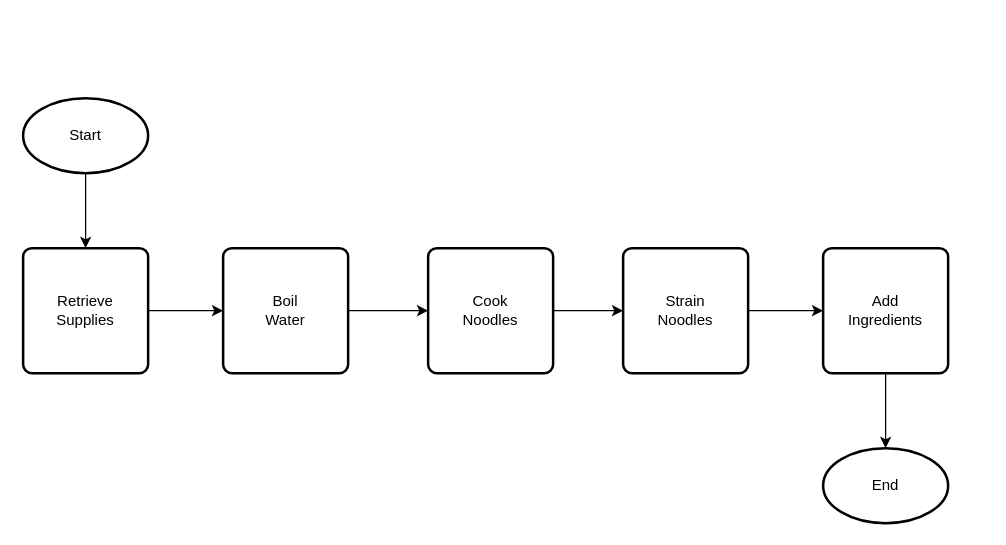
Before: The_First_Example.drawio in Iurii2410/Draw.io_Files, a draw.io diagram. Source tidied: cells renumbered, new cells numbered last; positions are measured from the earlier drawing's top-left corner, leaving out a move shared by most shapes. Both pictures are drawn from the tidied source at 125%, with x=0, y=0 at pixel (22, 98).
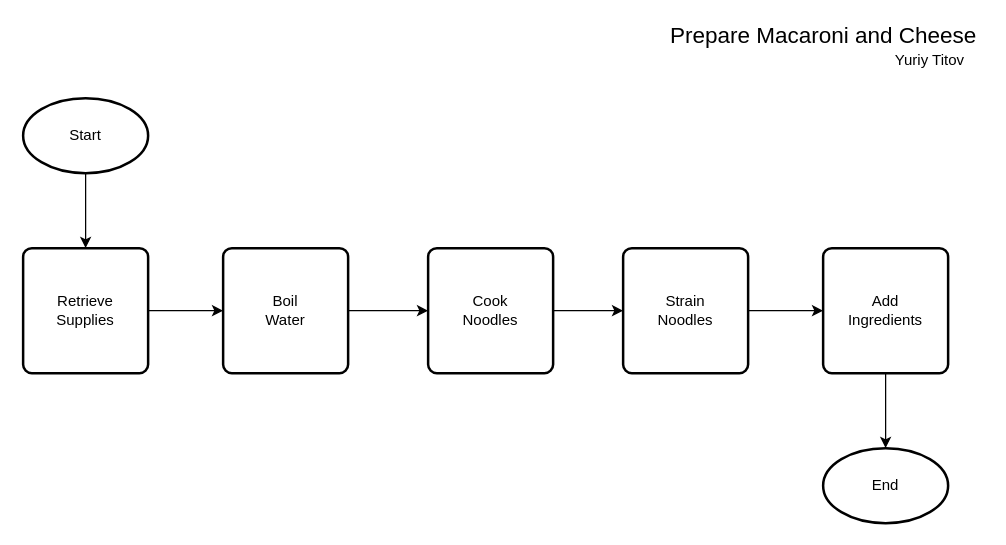
Above is the later version.

The edit, as a diff of the source:
```diff
@@
 <mxGraphModel>
   <root>
     <mxCell id="0" />
     <mxCell id="1" parent="0" />
     <mxCell id="2" style="edgeStyle=orthogonalEdgeStyle;rounded=0;jettySize=auto;html=1;" parent="1" edge="1" source="3" target="5">
       <mxGeometry relative="1" as="geometry" />
     </mxCell>
     <mxCell id="3" value="Start" style="strokeWidth=2;html=1;shape=mxgraph.flowchart.start_1;whiteSpace=wrap;" parent="1" vertex="1">
       <mxGeometry width="100" height="60" as="geometry" />
     </mxCell>
     <mxCell id="4" style="edgeStyle=orthogonalEdgeStyle;rounded=0;jettySize=auto;html=1;" parent="1" edge="1" source="5" target="11">
       <mxGeometry relative="1" as="geometry" />
     </mxCell>
     <mxCell id="5" value="Retrieve &lt;br&gt;Supplies" style="rounded=1;whiteSpace=wrap;html=1;absoluteArcSize=1;arcSize=14;strokeWidth=2;" parent="1" vertex="1">
       <mxGeometry y="120" width="100" height="100" as="geometry" />
     </mxCell>
     <mxCell id="6" style="edgeStyle=orthogonalEdgeStyle;rounded=0;jettySize=auto;html=1;" parent="1" edge="1" source="7" target="13">
       <mxGeometry relative="1" as="geometry" />
     </mxCell>
     <mxCell id="7" value="Strain&lt;br&gt;Noodles" style="rounded=1;whiteSpace=wrap;html=1;absoluteArcSize=1;arcSize=14;strokeWidth=2;" parent="1" vertex="1">
       <mxGeometry x="480" y="120" width="100" height="100" as="geometry" />
     </mxCell>
     <mxCell id="8" style="edgeStyle=orthogonalEdgeStyle;rounded=0;jettySize=auto;html=1;" parent="1" edge="1" source="9" target="7">
       <mxGeometry relative="1" as="geometry" />
     </mxCell>
     <mxCell id="9" value="Cook&lt;br&gt;Noodles" style="rounded=1;whiteSpace=wrap;html=1;absoluteArcSize=1;arcSize=14;strokeWidth=2;" parent="1" vertex="1">
       <mxGeometry x="324" y="120" width="100" height="100" as="geometry" />
     </mxCell>
     <mxCell id="10" style="edgeStyle=orthogonalEdgeStyle;rounded=0;jettySize=auto;html=1;" parent="1" edge="1" source="11" target="9">
       <mxGeometry relative="1" as="geometry" />
     </mxCell>
     <mxCell id="11" value="Boil&lt;br&gt;Water" style="rounded=1;whiteSpace=wrap;html=1;absoluteArcSize=1;arcSize=14;strokeWidth=2;" parent="1" vertex="1">
       <mxGeometry x="160" y="120" width="100" height="100" as="geometry" />
     </mxCell>
     <mxCell id="12" style="edgeStyle=orthogonalEdgeStyle;rounded=0;jettySize=auto;html=1;" parent="1" edge="1" source="13" target="14">
       <mxGeometry relative="1" as="geometry" />
     </mxCell>
     <mxCell id="13" value="Add&lt;br&gt;Ingredients" style="rounded=1;whiteSpace=wrap;html=1;absoluteArcSize=1;arcSize=14;strokeWidth=2;" parent="1" vertex="1">
       <mxGeometry x="640" y="120" width="100" height="100" as="geometry" />
     </mxCell>
     <mxCell id="14" value="End" style="strokeWidth=2;html=1;shape=mxgraph.flowchart.start_1;whiteSpace=wrap;" parent="1" vertex="1">
       <mxGeometry x="640" y="280" width="100" height="60" as="geometry" />
     </mxCell>
+    <mxCell id="15" value="&lt;font style=&quot;font-size: 18px&quot;&gt;Prepare Macaroni and Cheese&lt;/font&gt;" style="text;html=1;align=center;verticalAlign=middle;" parent="1" vertex="1">
+      <mxGeometry x="510" y="-60" width="260" height="20" as="geometry" />
+    </mxCell>
+    <mxCell id="16" value="Yuriy Titov" style="text;html=1;align=center;verticalAlign=middle;" parent="1" vertex="1">
+      <mxGeometry x="690" y="-40" width="70" height="20" as="geometry" />
+    </mxCell>
   </root>
 </mxGraphModel>
```
